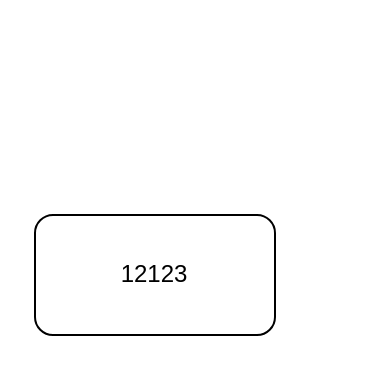
Before: Untitled Diagram.drawio in fengjinlong/draw.io, a draw.io diagram. Source tidied: cells renumbered, new cells numbered last; positions are measured from the earlier drawing's top-left corner, leaving out a move shared by most shapes. Both pictures are drawn from the tidied source at 200%, with x=0, y=0 at pixel (34, 214).
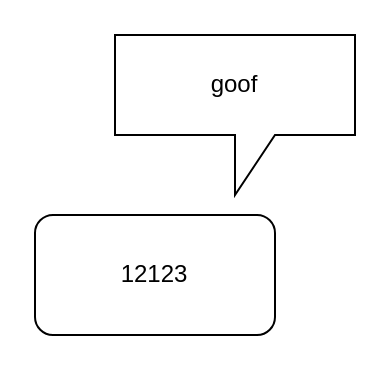
The same diagram, later.

Change to the diagram source:
```diff
@@
 <mxGraphModel>
   <root>
     <mxCell id="0" />
     <mxCell id="1" parent="0" />
     <mxCell id="2" value="12123" style="rounded=1;whiteSpace=wrap;html=1;" parent="1" vertex="1">
       <mxGeometry width="120" height="60" as="geometry" />
     </mxCell>
+    <mxCell id="3" value="goof" style="shape=callout;whiteSpace=wrap;html=1;perimeter=calloutPerimeter;" parent="1" vertex="1">
+      <mxGeometry x="40" y="-90" width="120" height="80" as="geometry" />
+    </mxCell>
   </root>
 </mxGraphModel>
```
